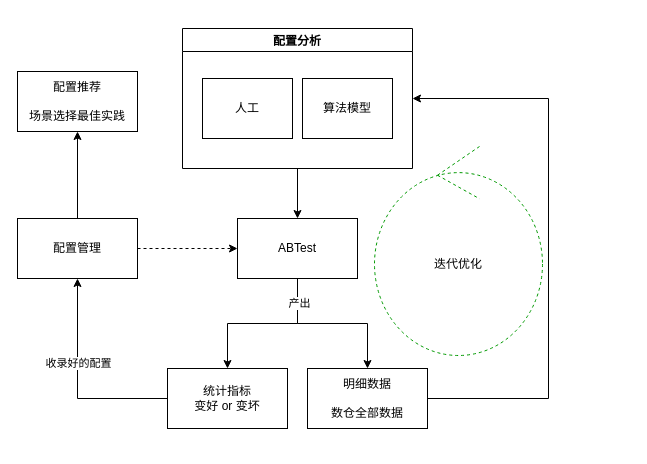
Earlier version of the draw.io diagram page "配置中心ABTest" (2 of 2) of hello.drawio (chenjinying1988/diagrams). Source tidied: cells renumbered, new cells numbered last; positions are measured from the earlier drawing's top-left corner, leaving out a move shared by most shapes. Both pictures are drawn from the tidied source at 100%, with x=0, y=0 at pixel (17, 28).
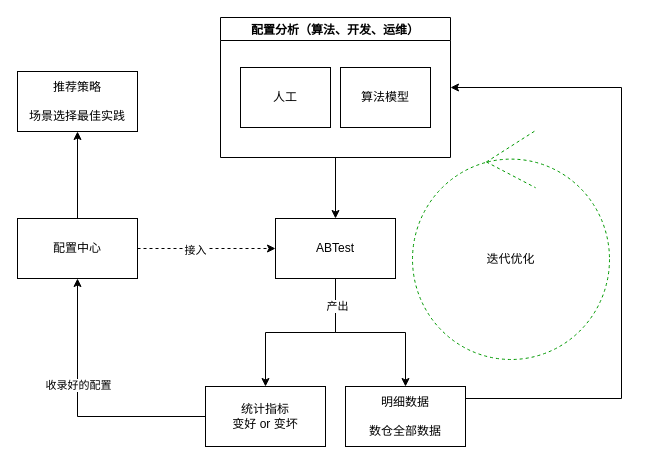
The same diagram, later.

The change refers to these unchanged cells:
```xml
<mxCell id="6" style="edgeStyle=orthogonalEdgeStyle;rounded=0;jettySize=auto;html=1;entryX=0;entryY=0.5;entryDx=0;entryDy=0;dashed=1;" parent="1" edge="1" source="8" target="5">
  <mxGeometry relative="1" as="geometry" />
</mxCell>
```

The edit, as a diff of the source:
```diff
@@
     <mxCell id="5" value="ABTest" style="rounded=0;whiteSpace=wrap;html=1;" parent="1" vertex="1">
-      <mxGeometry x="220" y="190" width="120" height="60" as="geometry" />
+      <mxGeometry x="258" y="190" width="120" height="60" as="geometry" />
     </mxCell>
@@
+    <mxCell id="20" value="接入" style="edgeLabel;html=1;align=center;verticalAlign=middle;" parent="6" vertex="1">
+      <mxGeometry x="-0.18" y="-1" relative="1" as="geometry" />
+    </mxCell>
@@
-    <mxCell id="8" value="配置管理" style="rounded=0;whiteSpace=wrap;html=1;" parent="1" vertex="1">
+    <mxCell id="8" value="配置中心" style="rounded=0;whiteSpace=wrap;html=1;" parent="1" vertex="1">
       <mxGeometry y="190" width="120" height="60" as="geometry" />
     </mxCell>
@@
     <mxCell id="11" value="统计指标&lt;br&gt;变好 or 变坏" style="rounded=0;whiteSpace=wrap;html=1;" parent="1" vertex="1">
-      <mxGeometry x="150" y="340" width="120" height="60" as="geometry" />
+      <mxGeometry x="188" y="358" width="120" height="60" as="geometry" />
     </mxCell>
     <mxCell id="12" style="edgeStyle=orthogonalEdgeStyle;rounded=0;jettySize=auto;html=1;entryX=1;entryY=0.5;entryDx=0;entryDy=0;exitX=1;exitY=0.5;exitDx=0;exitDy=0;" parent="1" edge="1" source="13" target="15">
       <mxGeometry relative="1" as="geometry">
         <Array as="points">
-          <mxPoint x="531" y="370" />
-          <mxPoint x="531" y="70" />
+          <mxPoint x="448" y="370" />
+          <mxPoint x="604" y="370" />
+          <mxPoint x="604" y="59" />
         </Array>
       </mxGeometry>
     </mxCell>
     <mxCell id="13" value="明细数据&lt;br&gt;&lt;br&gt;数仓全部数据" style="rounded=0;whiteSpace=wrap;html=1;" parent="1" vertex="1">
-      <mxGeometry x="290" y="340" width="120" height="60" as="geometry" />
+      <mxGeometry x="328" y="358" width="120" height="60" as="geometry" />
     </mxCell>
@@
-    <mxCell id="15" value="配置分析" style="swimlane;" parent="1" vertex="1">
-      <mxGeometry x="165" width="230" height="140" as="geometry" />
+    <mxCell id="15" value="配置分析（算法、开发、运维）" style="swimlane;" parent="1" vertex="1">
+      <mxGeometry x="203" y="-11" width="230" height="140" as="geometry" />
     </mxCell>
@@
-    <mxCell id="18" value="配置推荐&lt;br&gt;&lt;br&gt;场景选择最佳实践" style="rounded=0;whiteSpace=wrap;html=1;" parent="1" vertex="1">
+    <mxCell id="18" value="推荐策略&lt;br&gt;&lt;br&gt;场景选择最佳实践" style="rounded=0;whiteSpace=wrap;html=1;" parent="1" vertex="1">
       <mxGeometry y="43" width="120" height="60" as="geometry" />
     </mxCell>
     <mxCell id="19" value="迭代优化" style="ellipse;shape=umlControl;whiteSpace=wrap;html=1;dashed=1;strokeColor=#009900;" parent="1" vertex="1">
-      <mxGeometry x="357" y="118" width="168" height="209" as="geometry" />
+      <mxGeometry x="395" y="102" width="197" height="229" as="geometry" />
     </mxCell>
```
